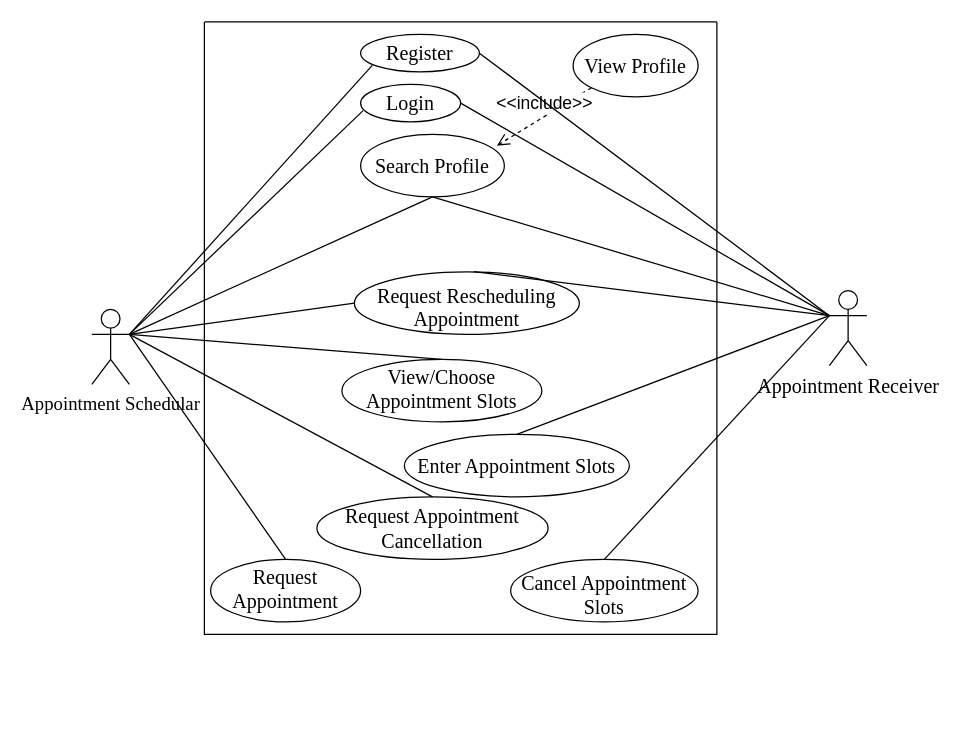
Before: UseCase v1.1.drawio in Yash7200/CP-1, a draw.io diagram. Source tidied: cells renumbered, new cells numbered last; positions are measured from the earlier drawing's top-left corner, leaving out a move shared by most shapes. Both pictures are drawn from the tidied source at 125%, with x=0, y=0 at pixel (91, 21).
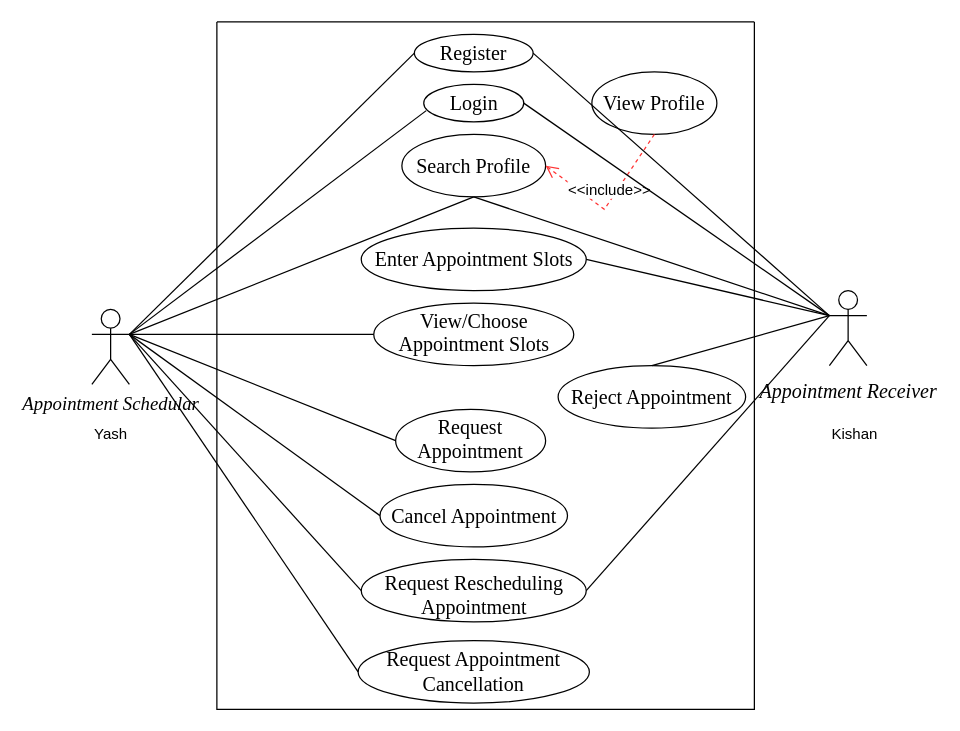
Above is the later version.

Diff of the diagram source:
```diff
@@
-    <mxCell id="2" value="Appointment Schedular" style="shape=umlActor;verticalLabelPosition=bottom;verticalAlign=top;outlineConnect=0;fontFamily=Times New Roman;html=1;fontSize=15;horizontal=1;" parent="1" vertex="1">
+    <mxCell id="2" value="Appointment Schedular" style="shape=umlActor;verticalLabelPosition=bottom;verticalAlign=top;outlineConnect=0;fontFamily=Times New Roman;html=1;fontSize=15;horizontal=1;fontStyle=2;" parent="1" vertex="1">
       <mxGeometry y="230" width="30" height="60" as="geometry" />
     </mxCell>
     <mxCell id="3" style="swimlane;startSize=0;" parent="1" vertex="1">
-      <mxGeometry x="90" width="410" height="490" as="geometry" />
+      <mxGeometry x="100" width="430" height="550" as="geometry" />
     </mxCell>
     <mxCell id="4" value="&lt;div&gt;Register&lt;/div&gt;" style="ellipse;whiteSpace=wrap;html=1;fontFamily=Times New Roman;fontSize=16;verticalAlign=middle;spacing=0;" parent="3" vertex="1">
-      <mxGeometry x="125" y="10" width="95" height="30" as="geometry" />
+      <mxGeometry x="158" y="10" width="95" height="30" as="geometry" />
     </mxCell>
     <mxCell id="5" value="&lt;div&gt;Search Profile&lt;/div&gt;" style="ellipse;whiteSpace=wrap;html=1;fontFamily=Times New Roman;fontSize=16;" parent="3" vertex="1">
-      <mxGeometry x="125" y="90" width="115" height="50" as="geometry" />
+      <mxGeometry x="148" y="90" width="115" height="50" as="geometry" />
     </mxCell>
-    <mxCell id="6" value="View/Choose Appointment Slots" style="ellipse;whiteSpace=wrap;html=1;fontFamily=Times New Roman;fontSize=16;verticalAlign=top;spacing=0;" parent="3" vertex="1">
-      <mxGeometry x="110" y="270" width="160" height="50" as="geometry" />
-    </mxCell>
     <mxCell id="7" value="&lt;div&gt;View Profile&lt;/div&gt;" style="ellipse;whiteSpace=wrap;html=1;fontFamily=Times New Roman;fontSize=16;verticalAlign=middle;" parent="3" vertex="1">
-      <mxGeometry x="295" y="10" width="100" height="50" as="geometry" />
+      <mxGeometry x="300" y="40" width="100" height="50" as="geometry" />
     </mxCell>
-    <mxCell id="8" value="Cancel Appointment Slots" style="ellipse;whiteSpace=wrap;html=1;fontFamily=Times New Roman;fontSize=16;verticalAlign=bottom;" parent="3" vertex="1">
-      <mxGeometry x="245" y="430" width="150" height="50" as="geometry" />
+    <mxCell id="8" value="Reject Appointment" style="ellipse;whiteSpace=wrap;html=1;fontFamily=Times New Roman;fontSize=16;verticalAlign=middle;" parent="3" vertex="1">
+      <mxGeometry x="273" y="275" width="150" height="50" as="geometry" />
     </mxCell>
-    <mxCell id="9" value="Request Appointment" style="ellipse;whiteSpace=wrap;html=1;fontFamily=Times New Roman;fontSize=16;verticalAlign=top;spacing=0;" parent="3" vertex="1">
-      <mxGeometry x="5" y="430" width="120" height="50" as="geometry" />
-    </mxCell>
     <mxCell id="10" value="Request Rescheduling Appointment" style="ellipse;whiteSpace=wrap;html=1;fontFamily=Times New Roman;fontSize=16;verticalAlign=bottom;" parent="3" vertex="1">
-      <mxGeometry x="120" y="200" width="180" height="50" as="geometry" />
+      <mxGeometry x="115.5" y="430" width="180" height="50" as="geometry" />
     </mxCell>
     <mxCell id="11" value="Request Appointment Cancellation" style="ellipse;whiteSpace=wrap;html=1;fontFamily=Times New Roman;fontSize=16;" parent="3" vertex="1">
-      <mxGeometry x="90" y="380" width="185" height="50" as="geometry" />
+      <mxGeometry x="113" y="495" width="185" height="50" as="geometry" />
     </mxCell>
     <mxCell id="12" value="Enter Appointment Slots" style="ellipse;whiteSpace=wrap;html=1;fontFamily=Times New Roman;fontSize=16;verticalAlign=middle;" parent="3" vertex="1">
-      <mxGeometry x="160" y="330" width="180" height="50" as="geometry" />
+      <mxGeometry x="115.5" y="165" width="180" height="50" as="geometry" />
     </mxCell>
     <mxCell id="13" value="Login" style="ellipse;whiteSpace=wrap;html=1;fontFamily=Times New Roman;fontSize=16;verticalAlign=middle;spacing=0;" parent="3" vertex="1">
-      <mxGeometry x="125" y="50" width="80" height="30" as="geometry" />
+      <mxGeometry x="165.5" y="50" width="80" height="30" as="geometry" />
     </mxCell>
-    <mxCell id="14" value="&amp;lt;&amp;lt;include&amp;gt;&amp;gt;" style="html=1;verticalAlign=bottom;endArrow=open;dashed=1;endSize=8;rounded=0;fontSize=14;exitX=0;exitY=1;exitDx=0;exitDy=0;entryX=0.948;entryY=0.18;entryDx=0;entryDy=0;entryPerimeter=0;" parent="3" edge="1" source="7" target="5">
-      <mxGeometry relative="1" as="geometry" />
+    <mxCell id="14" value="&amp;lt;&amp;lt;include&amp;gt;&amp;gt;" style="verticalAlign=bottom;endArrow=open;dashed=1;endSize=8;rounded=0;fontSize=12;entryX=1;entryY=0.5;entryDx=0;entryDy=0;fontColor=#000000;labelBorderColor=none;html=1;strokeColor=#FF3333;exitX=0.5;exitY=1;exitDx=0;exitDy=0;" parent="3" edge="1" source="7" target="5">
+      <mxGeometry relative="1" as="geometry">
+        <Array as="points">
+          <mxPoint x="310" y="150" />
+        </Array>
+      </mxGeometry>
     </mxCell>
+    <mxCell id="6" value="View/Choose Appointment Slots" style="ellipse;whiteSpace=wrap;html=1;fontFamily=Times New Roman;fontSize=16;verticalAlign=top;spacing=0;" parent="3" vertex="1">
+      <mxGeometry x="125.5" y="225" width="160" height="50" as="geometry" />
+    </mxCell>
+    <mxCell id="9" value="Request Appointment" style="ellipse;whiteSpace=wrap;html=1;fontFamily=Times New Roman;fontSize=16;verticalAlign=top;spacing=0;" parent="3" vertex="1">
+      <mxGeometry x="143" y="310" width="120" height="50" as="geometry" />
+    </mxCell>
+    <mxCell id="29" value="Cancel Appointment" style="ellipse;whiteSpace=wrap;html=1;fontFamily=Times New Roman;fontSize=16;verticalAlign=middle;" parent="3" vertex="1">
+      <mxGeometry x="130.5" y="370" width="150" height="50" as="geometry" />
+    </mxCell>
-    <mxCell id="15" style="endArrow=none;html=1;rounded=0;fontFamily=Times New Roman;fontSize=16;exitX=1;exitY=0.3333333333333333;exitDx=0;exitDy=0;exitPerimeter=0;entryX=0.098;entryY=0.828;entryDx=0;entryDy=0;entryPerimeter=0;" parent="1" edge="1" source="2" target="4">
+    <mxCell id="15" style="endArrow=none;html=1;rounded=0;fontFamily=Times New Roman;fontSize=16;exitX=1;exitY=0.3333333333333333;exitDx=0;exitDy=0;exitPerimeter=0;entryX=0;entryY=0.5;entryDx=0;entryDy=0;" parent="1" edge="1" source="2" target="4">
       <mxGeometry relative="1" as="geometry" />
     </mxCell>
-    <mxCell id="16" value="&lt;div&gt;Appointment Receiver&lt;/div&gt;&lt;div&gt;&lt;br&gt;&lt;/div&gt;" style="shape=umlActor;verticalLabelPosition=bottom;verticalAlign=top;html=1;fontFamily=Times New Roman;fontSize=16;" parent="1" vertex="1">
+    <mxCell id="16" value="&lt;div&gt;Appointment Receiver&lt;/div&gt;&lt;div&gt;&lt;br&gt;&lt;/div&gt;" style="shape=umlActor;verticalLabelPosition=bottom;verticalAlign=middle;html=1;fontFamily=Times New Roman;fontSize=16;horizontal=1;fontStyle=2;" parent="1" vertex="1">
       <mxGeometry x="590" y="215" width="30" height="60" as="geometry" />
     </mxCell>
@@
-    <mxCell id="18" style="endArrow=none;html=1;rounded=0;fontFamily=Times New Roman;fontSize=15;fontColor=#FF3333;entryX=1;entryY=0.3333333333333333;entryDx=0;entryDy=0;entryPerimeter=0;exitX=0.5;exitY=0;exitDx=0;exitDy=0;" parent="1" edge="1" source="9" target="2">
+    <mxCell id="18" style="endArrow=none;html=1;rounded=0;fontFamily=Times New Roman;fontSize=15;fontColor=#FF3333;entryX=1;entryY=0.3333333333333333;entryDx=0;entryDy=0;entryPerimeter=0;exitX=0;exitY=0.5;exitDx=0;exitDy=0;" parent="1" edge="1" source="9" target="2">
       <mxGeometry relative="1" as="geometry" />
     </mxCell>
@@
-    <mxCell id="22" style="endArrow=none;html=1;rounded=0;fontFamily=Times New Roman;fontSize=15;fontColor=#FF3333;exitX=1;exitY=0.3333333333333333;exitDx=0;exitDy=0;exitPerimeter=0;entryX=0.5;entryY=0;entryDx=0;entryDy=0;" parent="1" edge="1" source="2" target="6">
+    <mxCell id="22" style="endArrow=none;html=1;rounded=0;fontFamily=Times New Roman;fontSize=15;fontColor=#FF3333;exitX=1;exitY=0.3333333333333333;exitDx=0;exitDy=0;exitPerimeter=0;entryX=0;entryY=0.5;entryDx=0;entryDy=0;" parent="1" edge="1" source="2" target="6">
       <mxGeometry relative="1" as="geometry" />
     </mxCell>
@@
-    <mxCell id="24" style="endArrow=none;html=1;rounded=0;fontFamily=Times New Roman;fontSize=15;fontColor=#FF3333;exitX=0.531;exitY=-0.004;exitDx=0;exitDy=0;exitPerimeter=0;entryX=0;entryY=0.3333333333333333;entryDx=0;entryDy=0;entryPerimeter=0;" parent="1" edge="1" source="10" target="16">
+    <mxCell id="24" style="endArrow=none;html=1;rounded=0;fontFamily=Times New Roman;fontSize=15;fontColor=#FF3333;exitX=1;exitY=0.5;exitDx=0;exitDy=0;entryX=0;entryY=0.3333333333333333;entryDx=0;entryDy=0;entryPerimeter=0;" parent="1" edge="1" source="10" target="16">
       <mxGeometry relative="1" as="geometry" />
     </mxCell>
-    <mxCell id="25" style="endArrow=none;html=1;rounded=0;fontFamily=Times New Roman;fontSize=15;fontColor=#FF3333;exitX=0.5;exitY=0;exitDx=0;exitDy=0;entryX=1;entryY=0.3333333333333333;entryDx=0;entryDy=0;entryPerimeter=0;" parent="1" edge="1" source="11" target="2">
+    <mxCell id="25" style="endArrow=none;html=1;rounded=0;fontFamily=Times New Roman;fontSize=15;fontColor=#FF3333;exitX=0;exitY=0.5;exitDx=0;exitDy=0;entryX=1;entryY=0.3333333333333333;entryDx=0;entryDy=0;entryPerimeter=0;" parent="1" edge="1" source="11" target="2">
       <mxGeometry relative="1" as="geometry" />
     </mxCell>
-    <mxCell id="26" style="endArrow=none;html=1;rounded=0;fontFamily=Times New Roman;fontSize=15;fontColor=#FF3333;entryX=0;entryY=0.3333333333333333;entryDx=0;entryDy=0;entryPerimeter=0;exitX=0.5;exitY=0;exitDx=0;exitDy=0;" parent="1" edge="1" source="12" target="16">
+    <mxCell id="26" style="endArrow=none;html=1;rounded=0;fontFamily=Times New Roman;fontSize=15;fontColor=#FF3333;entryX=0;entryY=0.3333333333333333;entryDx=0;entryDy=0;entryPerimeter=0;exitX=1;exitY=0.5;exitDx=0;exitDy=0;" parent="1" edge="1" source="12" target="16">
       <mxGeometry relative="1" as="geometry" />
     </mxCell>
@@
+    <mxCell id="30" style="endArrow=none;html=1;rounded=0;labelBorderColor=none;strokeColor=#000000;fontSize=12;fontColor=#000000;exitX=1;exitY=0.3333333333333333;exitDx=0;exitDy=0;exitPerimeter=0;entryX=0;entryY=0.5;entryDx=0;entryDy=0;" parent="1" edge="1" source="2" target="29">
+      <mxGeometry relative="1" as="geometry" />
+    </mxCell>
+    <mxCell id="31" value="Yash" style="text;html=1;align=center;verticalAlign=middle;strokeColor=none;fillColor=none;fontSize=12;fontColor=#000000;" parent="1" vertex="1">
+      <mxGeometry x="-10" y="315" width="50" height="30" as="geometry" />
+    </mxCell>
+    <mxCell id="32" value="Kishan" style="text;html=1;align=center;verticalAlign=middle;strokeColor=none;fillColor=none;fontSize=12;fontColor=#000000;" parent="1" vertex="1">
+      <mxGeometry x="580" y="315" width="60" height="30" as="geometry" />
+    </mxCell>
```
